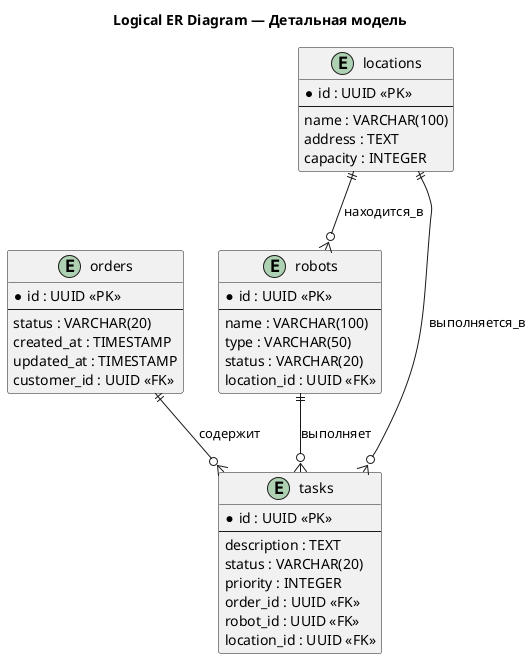
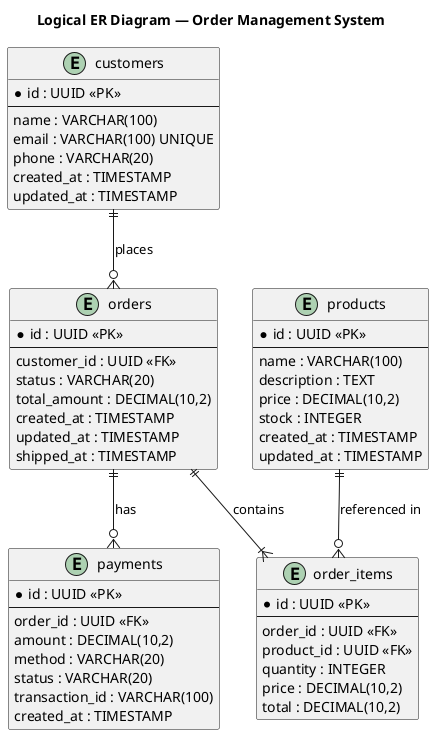
@startuml
- ' Более детальный ER с атрибутами
- title Logical ER Diagram — Детальная модель
+ title Logical ER Diagram — Order Management System
+ 
+ entity "customers" as customers {
+     * id : UUID <<PK>>
+     --
+     name : VARCHAR(100)
+     email : VARCHAR(100) UNIQUE
+     phone : VARCHAR(20)
+     created_at : TIMESTAMP
+     updated_at : TIMESTAMP
+ }

entity "orders" as orders {
    * id : UUID <<PK>>
    --
+     customer_id : UUID <<FK>>
    status : VARCHAR(20)
+     total_amount : DECIMAL(10,2)
    created_at : TIMESTAMP
    updated_at : TIMESTAMP
-     customer_id : UUID <<FK>>
+     shipped_at : TIMESTAMP
}

- entity "robots" as robots {
+ entity "order_items" as order_items {
+     * id : UUID <<PK>>
+     --
+     order_id : UUID <<FK>>
+     product_id : UUID <<FK>>
+     quantity : INTEGER
+     price : DECIMAL(10,2)
+     total : DECIMAL(10,2)
+ }
+ 
+ entity "products" as products {
    * id : UUID <<PK>>
    --
    name : VARCHAR(100)
-     type : VARCHAR(50)
-     status : VARCHAR(20)
-     location_id : UUID <<FK>>
+     description : TEXT
+     price : DECIMAL(10,2)
+     stock : INTEGER
+     created_at : TIMESTAMP
+     updated_at : TIMESTAMP
}

- entity "tasks" as tasks {
+ entity "payments" as payments {
    * id : UUID <<PK>>
    --
-     description : TEXT
+     order_id : UUID <<FK>>
+     amount : DECIMAL(10,2)
+     method : VARCHAR(20)
    status : VARCHAR(20)
-     priority : INTEGER
-     order_id : UUID <<FK>>
-     robot_id : UUID <<FK>>
-     location_id : UUID <<FK>>
+     transaction_id : VARCHAR(100)
+     created_at : TIMESTAMP
}

- entity "locations" as locations {
-     * id : UUID <<PK>>
-     --
-     name : VARCHAR(100)
-     address : TEXT
-     capacity : INTEGER
- }
- 
- orders ||--o{ tasks : "содержит"
- robots ||--o{ tasks : "выполняет"
- locations ||--o{ tasks : "выполняется_в"
- locations ||--o{ robots : "находится_в"
- 
+ customers ||--o{ orders : "places"
+ orders ||--|{ order_items : "contains"
+ products ||--o{ order_items : "referenced in"
+ orders ||--o{ payments : "has"
@enduml